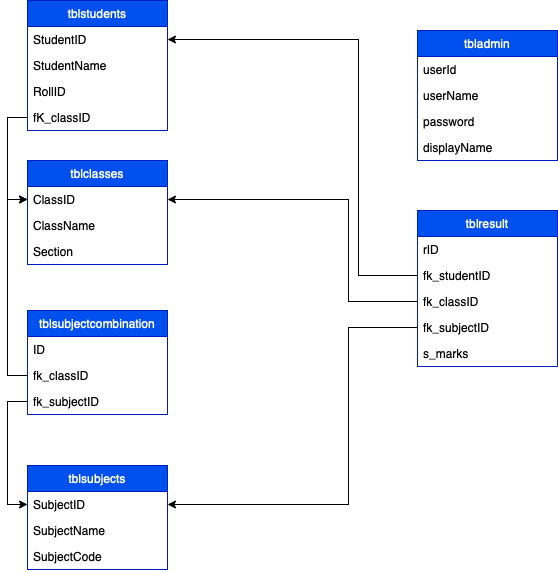
Before: SRMS - RDS.drawio.png, a diagram exported from draw.io (kadiyalamani15/Student-Resource-Management-System). Source tidied: cells renumbered, new cells last; positions are measured from the earlier drawing's top-left corner, leaving out a move shared by most shapes.
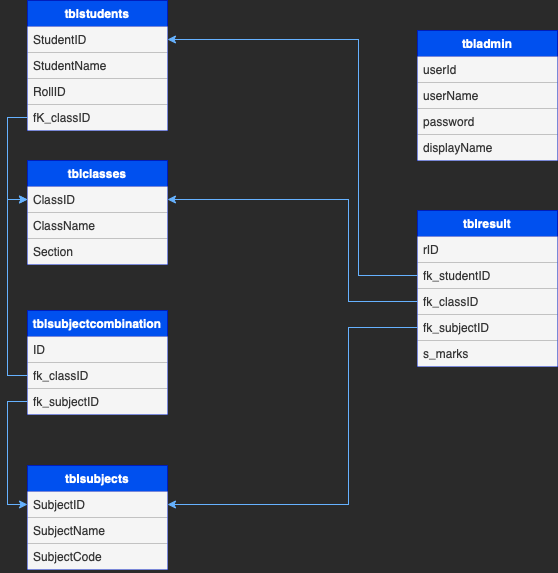
The same diagram one commit later.

Diff of the diagram source:
```diff
@@ -2,97 +2,97 @@
   <root>
     <mxCell id="0" />
     <mxCell id="1" parent="0" />
-    <mxCell id="2" value="tblstudents" style="swimlane;fontStyle=0;horizontal=1;startSize=26;fillColor=#0050ef;fontColor=#ffffff;strokeColor=#001DBC;" parent="1" vertex="1">
+    <mxCell id="2" value="tblstudents" style="swimlane;fontStyle=1;horizontal=1;startSize=26;fillColor=#0050ef;fontColor=#ffffff;strokeColor=#001DBC;" parent="1" vertex="1">
       <mxGeometry width="140" height="130" as="geometry" />
     </mxCell>
-    <mxCell id="3" value="StudentID" style="text;align=left;verticalAlign=top;spacingLeft=4;spacingRight=4;overflow=hidden;points=[[0,0.5],[1,0.5]];portConstraint=eastwest;" parent="2" vertex="1">
+    <mxCell id="3" value="StudentID" style="text;align=left;verticalAlign=top;spacingLeft=4;spacingRight=4;overflow=hidden;points=[[0,0.5],[1,0.5]];portConstraint=eastwest;fillColor=#f5f5f5;fontColor=#333333;strokeColor=none;" parent="2" vertex="1">
       <mxGeometry y="26" width="140" height="26" as="geometry" />
     </mxCell>
-    <mxCell id="4" value="StudentName" style="text;align=left;verticalAlign=top;spacingLeft=4;spacingRight=4;overflow=hidden;" parent="2" vertex="1">
+    <mxCell id="4" value="StudentName" style="text;align=left;verticalAlign=top;spacingLeft=4;spacingRight=4;overflow=hidden;fillColor=#f5f5f5;fontColor=#333333;strokeColor=none;" parent="2" vertex="1">
       <mxGeometry y="52" width="140" height="26" as="geometry" />
     </mxCell>
-    <mxCell id="5" value="RollID " style="text;strokeColor=none;fillColor=none;align=left;verticalAlign=top;spacingLeft=4;spacingRight=4;overflow=hidden;" parent="2" vertex="1">
+    <mxCell id="5" value="RollID " style="text;strokeColor=none;fillColor=#f5f5f5;align=left;verticalAlign=top;spacingLeft=4;spacingRight=4;overflow=hidden;fontColor=#333333;" parent="2" vertex="1">
       <mxGeometry y="78" width="140" height="26" as="geometry" />
     </mxCell>
-    <mxCell id="6" value="fK_classID" style="text;strokeColor=none;fillColor=none;align=left;verticalAlign=top;spacingLeft=4;spacingRight=4;overflow=hidden;points=[[0,0.5],[1,0.5]];portConstraint=eastwest;" parent="2" vertex="1">
+    <mxCell id="6" value="fK_classID" style="text;strokeColor=none;fillColor=#f5f5f5;align=left;verticalAlign=top;spacingLeft=4;spacingRight=4;overflow=hidden;points=[[0,0.5],[1,0.5]];portConstraint=eastwest;fontColor=#333333;" parent="2" vertex="1">
       <mxGeometry y="104" width="140" height="26" as="geometry" />
     </mxCell>
-    <mxCell id="7" value="tblclasses" style="swimlane;fontStyle=0;horizontal=1;startSize=26;fillColor=#0050ef;fontColor=#ffffff;strokeColor=#001DBC;" parent="1" vertex="1">
+    <mxCell id="7" value="tblclasses" style="swimlane;fontStyle=1;horizontal=1;startSize=26;fillColor=#0050ef;fontColor=#ffffff;strokeColor=#001DBC;" parent="1" vertex="1">
       <mxGeometry y="160" width="140" height="104" as="geometry" />
     </mxCell>
-    <mxCell id="8" value="ClassID" style="text;strokeColor=none;fillColor=none;align=left;verticalAlign=top;spacingLeft=4;spacingRight=4;overflow=hidden;points=[[0,0.5],[1,0.5]];portConstraint=eastwest;" parent="7" vertex="1">
+    <mxCell id="8" value="ClassID" style="text;strokeColor=none;fillColor=#f5f5f5;align=left;verticalAlign=top;spacingLeft=4;spacingRight=4;overflow=hidden;points=[[0,0.5],[1,0.5]];portConstraint=eastwest;fontColor=#333333;" parent="7" vertex="1">
       <mxGeometry y="26" width="140" height="26" as="geometry" />
     </mxCell>
-    <mxCell id="9" value="ClassName" style="text;strokeColor=none;fillColor=none;align=left;verticalAlign=top;spacingLeft=4;spacingRight=4;overflow=hidden;" parent="7" vertex="1">
+    <mxCell id="9" value="ClassName" style="text;strokeColor=none;fillColor=#f5f5f5;align=left;verticalAlign=top;spacingLeft=4;spacingRight=4;overflow=hidden;fontColor=#333333;" parent="7" vertex="1">
       <mxGeometry y="52" width="140" height="26" as="geometry" />
     </mxCell>
-    <mxCell id="10" value="Section" style="text;strokeColor=none;fillColor=none;align=left;verticalAlign=top;spacingLeft=4;spacingRight=4;overflow=hidden;" parent="7" vertex="1">
+    <mxCell id="10" value="Section" style="text;strokeColor=none;fillColor=#f5f5f5;align=left;verticalAlign=top;spacingLeft=4;spacingRight=4;overflow=hidden;fontColor=#333333;" parent="7" vertex="1">
       <mxGeometry y="78" width="140" height="26" as="geometry" />
     </mxCell>
-    <mxCell id="11" value="tblsubjectcombination" style="swimlane;fontStyle=0;horizontal=1;startSize=26;fillColor=#0050ef;fontColor=#ffffff;strokeColor=#001DBC;" parent="1" vertex="1">
+    <mxCell id="11" value="tblsubjectcombination" style="swimlane;fontStyle=1;horizontal=1;startSize=26;fillColor=#0050ef;fontColor=#ffffff;strokeColor=#001DBC;" parent="1" vertex="1">
       <mxGeometry y="310" width="140" height="104" as="geometry" />
     </mxCell>
-    <mxCell id="12" value="ID" style="text;strokeColor=none;fillColor=none;align=left;verticalAlign=top;spacingLeft=4;spacingRight=4;overflow=hidden;" parent="11" vertex="1">
+    <mxCell id="12" value="ID" style="text;strokeColor=none;fillColor=#f5f5f5;align=left;verticalAlign=top;spacingLeft=4;spacingRight=4;overflow=hidden;fontColor=#333333;" parent="11" vertex="1">
       <mxGeometry y="26" width="140" height="26" as="geometry" />
     </mxCell>
-    <mxCell id="13" value="fk_classID" style="text;strokeColor=none;fillColor=none;align=left;verticalAlign=top;spacingLeft=4;spacingRight=4;overflow=hidden;points=[[0,0.5],[1,0.5]];portConstraint=eastwest;" parent="11" vertex="1">
+    <mxCell id="13" value="fk_classID" style="text;strokeColor=none;fillColor=#f5f5f5;align=left;verticalAlign=top;spacingLeft=4;spacingRight=4;overflow=hidden;points=[[0,0.5],[1,0.5]];portConstraint=eastwest;fontColor=#333333;" parent="11" vertex="1">
       <mxGeometry y="52" width="140" height="26" as="geometry" />
     </mxCell>
-    <mxCell id="14" value="fk_subjectID" style="text;strokeColor=none;fillColor=none;align=left;verticalAlign=top;spacingLeft=4;spacingRight=4;overflow=hidden;points=[[0,0.5],[1,0.5]];portConstraint=eastwest;" parent="11" vertex="1">
+    <mxCell id="14" value="fk_subjectID" style="text;strokeColor=none;fillColor=#f5f5f5;align=left;verticalAlign=top;spacingLeft=4;spacingRight=4;overflow=hidden;points=[[0,0.5],[1,0.5]];portConstraint=eastwest;fontColor=#333333;" parent="11" vertex="1">
       <mxGeometry y="78" width="140" height="26" as="geometry" />
     </mxCell>
-    <mxCell id="15" value="tblsubjects" style="swimlane;fontStyle=0;horizontal=1;startSize=26;fillColor=#0050ef;fontColor=#ffffff;strokeColor=#001DBC;" parent="1" vertex="1">
+    <mxCell id="15" value="tblsubjects" style="swimlane;fontStyle=1;horizontal=1;startSize=26;fillColor=#0050ef;fontColor=#ffffff;strokeColor=#001DBC;" parent="1" vertex="1">
       <mxGeometry y="465" width="140" height="104" as="geometry" />
     </mxCell>
-    <mxCell id="16" value="SubjectID" style="text;strokeColor=none;fillColor=none;align=left;verticalAlign=top;spacingLeft=4;spacingRight=4;overflow=hidden;points=[[0,0.5],[1,0.5]];portConstraint=eastwest;" parent="15" vertex="1">
+    <mxCell id="16" value="SubjectID" style="text;strokeColor=none;fillColor=#f5f5f5;align=left;verticalAlign=top;spacingLeft=4;spacingRight=4;overflow=hidden;points=[[0,0.5],[1,0.5]];portConstraint=eastwest;fontColor=#333333;" parent="15" vertex="1">
       <mxGeometry y="26" width="140" height="26" as="geometry" />
     </mxCell>
-    <mxCell id="17" value="SubjectName" style="text;strokeColor=none;fillColor=none;align=left;verticalAlign=top;spacingLeft=4;spacingRight=4;overflow=hidden;" parent="15" vertex="1">
+    <mxCell id="17" value="SubjectName" style="text;strokeColor=none;fillColor=#f5f5f5;align=left;verticalAlign=top;spacingLeft=4;spacingRight=4;overflow=hidden;fontColor=#333333;" parent="15" vertex="1">
       <mxGeometry y="52" width="140" height="26" as="geometry" />
     </mxCell>
-    <mxCell id="18" value="SubjectCode" style="text;strokeColor=none;fillColor=none;align=left;verticalAlign=top;spacingLeft=4;spacingRight=4;overflow=hidden;" parent="15" vertex="1">
+    <mxCell id="18" value="SubjectCode" style="text;strokeColor=none;fillColor=#f5f5f5;align=left;verticalAlign=top;spacingLeft=4;spacingRight=4;overflow=hidden;fontColor=#333333;" parent="15" vertex="1">
       <mxGeometry y="78" width="140" height="26" as="geometry" />
     </mxCell>
-    <mxCell id="19" value="tblresult" style="swimlane;fontStyle=0;horizontal=1;startSize=26;fillColor=#0050ef;fontColor=#ffffff;strokeColor=#001DBC;" parent="1" vertex="1">
+    <mxCell id="19" value="tblresult" style="swimlane;fontStyle=1;horizontal=1;startSize=26;fillColor=#0050ef;fontColor=#ffffff;strokeColor=#001DBC;" parent="1" vertex="1">
       <mxGeometry x="390" y="210" width="140" height="156" as="geometry" />
     </mxCell>
-    <mxCell id="20" value="rID" style="text;strokeColor=none;fillColor=none;align=left;verticalAlign=top;spacingLeft=4;spacingRight=4;overflow=hidden;" parent="19" vertex="1">
+    <mxCell id="20" value="rID" style="text;strokeColor=none;fillColor=#f5f5f5;align=left;verticalAlign=top;spacingLeft=4;spacingRight=4;overflow=hidden;fontColor=#333333;" parent="19" vertex="1">
       <mxGeometry y="26" width="140" height="26" as="geometry" />
     </mxCell>
-    <mxCell id="21" value="fk_studentID" style="text;strokeColor=none;fillColor=none;align=left;verticalAlign=top;spacingLeft=4;spacingRight=4;overflow=hidden;points=[[0,0.5],[1,0.5]];portConstraint=eastwest;" parent="19" vertex="1">
+    <mxCell id="21" value="fk_studentID" style="text;strokeColor=none;fillColor=#f5f5f5;align=left;verticalAlign=top;spacingLeft=4;spacingRight=4;overflow=hidden;points=[[0,0.5],[1,0.5]];portConstraint=eastwest;fontColor=#333333;" parent="19" vertex="1">
       <mxGeometry y="52" width="140" height="26" as="geometry" />
     </mxCell>
-    <mxCell id="22" value="fk_classID" style="text;strokeColor=none;fillColor=none;align=left;verticalAlign=top;spacingLeft=4;spacingRight=4;overflow=hidden;points=[[0,0.5],[1,0.5]];portConstraint=eastwest;" parent="19" vertex="1">
+    <mxCell id="22" value="fk_classID" style="text;strokeColor=none;fillColor=#f5f5f5;align=left;verticalAlign=top;spacingLeft=4;spacingRight=4;overflow=hidden;points=[[0,0.5],[1,0.5]];portConstraint=eastwest;fontColor=#333333;" parent="19" vertex="1">
       <mxGeometry y="78" width="140" height="26" as="geometry" />
     </mxCell>
-    <mxCell id="23" value="fk_subjectID" style="text;strokeColor=none;fillColor=none;align=left;verticalAlign=top;spacingLeft=4;spacingRight=4;overflow=hidden;points=[[0,0.5],[1,0.5]];portConstraint=eastwest;" parent="19" vertex="1">
+    <mxCell id="23" value="fk_subjectID" style="text;strokeColor=none;fillColor=#f5f5f5;align=left;verticalAlign=top;spacingLeft=4;spacingRight=4;overflow=hidden;points=[[0,0.5],[1,0.5]];portConstraint=eastwest;fontColor=#333333;" parent="19" vertex="1">
       <mxGeometry y="104" width="140" height="26" as="geometry" />
     </mxCell>
-    <mxCell id="24" value="s_marks" style="text;strokeColor=none;fillColor=none;align=left;verticalAlign=top;spacingLeft=4;spacingRight=4;overflow=hidden;" parent="19" vertex="1">
+    <mxCell id="24" value="s_marks" style="text;strokeColor=none;fillColor=#f5f5f5;align=left;verticalAlign=top;spacingLeft=4;spacingRight=4;overflow=hidden;fontColor=#333333;" parent="19" vertex="1">
       <mxGeometry y="130" width="140" height="26" as="geometry" />
     </mxCell>
-    <mxCell id="25" value="tbladmin" style="swimlane;fontStyle=0;horizontal=1;startSize=26;fillColor=#0050ef;fontColor=#ffffff;strokeColor=#001DBC;" parent="1" vertex="1">
+    <mxCell id="25" value="tbladmin" style="swimlane;fontStyle=1;horizontal=1;startSize=26;fillColor=#0050ef;fontColor=#ffffff;strokeColor=#001DBC;" parent="1" vertex="1">
       <mxGeometry x="390" y="30" width="140" height="130" as="geometry" />
     </mxCell>
-    <mxCell id="26" value="userId" style="text;strokeColor=none;fillColor=none;align=left;verticalAlign=top;spacingLeft=4;spacingRight=4;overflow=hidden;" parent="25" vertex="1">
+    <mxCell id="26" value="userId" style="text;strokeColor=none;fillColor=#f5f5f5;align=left;verticalAlign=top;spacingLeft=4;spacingRight=4;overflow=hidden;fontColor=#333333;" parent="25" vertex="1">
       <mxGeometry y="26" width="140" height="26" as="geometry" />
     </mxCell>
-    <mxCell id="27" value="userName" style="text;strokeColor=none;fillColor=none;align=left;verticalAlign=top;spacingLeft=4;spacingRight=4;overflow=hidden;" parent="25" vertex="1">
+    <mxCell id="27" value="userName" style="text;strokeColor=none;fillColor=#f5f5f5;align=left;verticalAlign=top;spacingLeft=4;spacingRight=4;overflow=hidden;fontColor=#333333;" parent="25" vertex="1">
       <mxGeometry y="52" width="140" height="26" as="geometry" />
     </mxCell>
-    <mxCell id="28" value="password" style="text;strokeColor=none;fillColor=none;align=left;verticalAlign=top;spacingLeft=4;spacingRight=4;overflow=hidden;" parent="25" vertex="1">
+    <mxCell id="28" value="password" style="text;strokeColor=none;fillColor=#f5f5f5;align=left;verticalAlign=top;spacingLeft=4;spacingRight=4;overflow=hidden;fontColor=#333333;" parent="25" vertex="1">
       <mxGeometry y="78" width="140" height="26" as="geometry" />
     </mxCell>
-    <mxCell id="29" value="displayName" style="text;strokeColor=none;fillColor=none;align=left;verticalAlign=top;spacingLeft=4;spacingRight=4;overflow=hidden;" parent="25" vertex="1">
+    <mxCell id="29" value="displayName" style="text;strokeColor=none;fillColor=#f5f5f5;align=left;verticalAlign=top;spacingLeft=4;spacingRight=4;overflow=hidden;fontColor=#333333;" parent="25" vertex="1">
       <mxGeometry y="104" width="140" height="26" as="geometry" />
     </mxCell>
-    <mxCell id="30" style="edgeStyle=orthogonalEdgeStyle;rounded=0;jettySize=auto;html=1;entryX=0;entryY=0.5;entryDx=0;entryDy=0;" parent="1" edge="1" source="13" target="8">
+    <mxCell id="30" style="edgeStyle=orthogonalEdgeStyle;rounded=0;jettySize=auto;html=1;entryX=0;entryY=0.5;entryDx=0;entryDy=0;strokeColor=#66B2FF;" parent="1" edge="1" source="13" target="8">
       <mxGeometry relative="1" as="geometry" />
     </mxCell>
-    <mxCell id="31" style="edgeStyle=orthogonalEdgeStyle;rounded=0;jettySize=auto;html=1;entryX=0;entryY=0.5;entryDx=0;entryDy=0;" parent="1" edge="1" source="14" target="16">
+    <mxCell id="31" style="edgeStyle=orthogonalEdgeStyle;rounded=0;jettySize=auto;html=1;entryX=0;entryY=0.5;entryDx=0;entryDy=0;strokeColor=#66B2FF;" parent="1" edge="1" source="14" target="16">
       <mxGeometry relative="1" as="geometry" />
     </mxCell>
-    <mxCell id="32" style="rounded=0;jettySize=auto;html=1;entryX=1;entryY=0.5;entryDx=0;entryDy=0;edgeStyle=orthogonalEdgeStyle;" parent="1" edge="1" source="23" target="16">
+    <mxCell id="32" style="rounded=0;jettySize=auto;html=1;entryX=1;entryY=0.5;entryDx=0;entryDy=0;edgeStyle=orthogonalEdgeStyle;strokeColor=#66B2FF;" parent="1" edge="1" source="23" target="16">
       <mxGeometry relative="1" as="geometry">
         <Array as="points">
           <mxPoint x="321" y="327" />
@@ -100,7 +100,7 @@
         </Array>
       </mxGeometry>
     </mxCell>
-    <mxCell id="33" style="edgeStyle=orthogonalEdgeStyle;rounded=0;jettySize=auto;html=1;entryX=1;entryY=0.5;entryDx=0;entryDy=0;" parent="1" edge="1" source="22" target="8">
+    <mxCell id="33" style="edgeStyle=orthogonalEdgeStyle;rounded=0;jettySize=auto;html=1;entryX=1;entryY=0.5;entryDx=0;entryDy=0;strokeColor=#66B2FF;" parent="1" edge="1" source="22" target="8">
       <mxGeometry relative="1" as="geometry">
         <Array as="points">
           <mxPoint x="321" y="301" />
@@ -108,7 +108,7 @@
         </Array>
       </mxGeometry>
     </mxCell>
-    <mxCell id="34" style="edgeStyle=orthogonalEdgeStyle;rounded=0;jettySize=auto;html=1;entryX=1;entryY=0.5;entryDx=0;entryDy=0;" parent="1" edge="1" source="21" target="3">
+    <mxCell id="34" style="edgeStyle=orthogonalEdgeStyle;rounded=0;jettySize=auto;html=1;entryX=1;entryY=0.5;entryDx=0;entryDy=0;strokeColor=#66B2FF;" parent="1" edge="1" source="21" target="3">
       <mxGeometry relative="1" as="geometry">
         <Array as="points">
           <mxPoint x="331" y="275" />
@@ -116,7 +116,7 @@
         </Array>
       </mxGeometry>
     </mxCell>
-    <mxCell id="35" style="edgeStyle=orthogonalEdgeStyle;rounded=0;jettySize=auto;html=1;entryX=0;entryY=0.5;entryDx=0;entryDy=0;" parent="1" edge="1" source="6" target="8">
+    <mxCell id="35" style="edgeStyle=orthogonalEdgeStyle;rounded=0;jettySize=auto;html=1;entryX=0;entryY=0.5;entryDx=0;entryDy=0;strokeColor=#66B2FF;" parent="1" edge="1" source="6" target="8">
       <mxGeometry relative="1" as="geometry" />
     </mxCell>
   </root>
```
